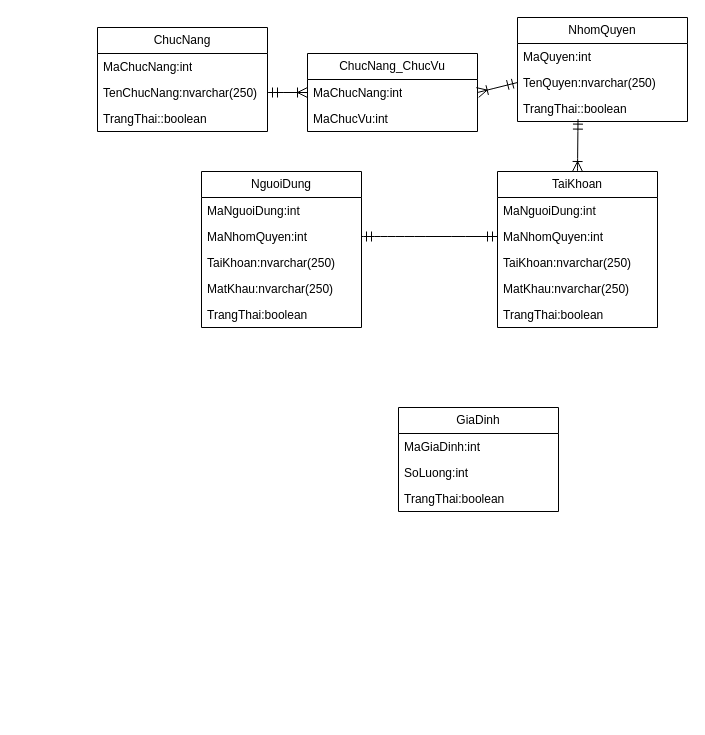
The draw.io diagram nhatkykhamsukhoe.drawio in maivantai2003/vercelDemo, before the edit. Source tidied: cells renumbered, new cells numbered last; positions are measured from the earlier drawing's top-left corner, leaving out a move shared by most shapes. Both pictures are drawn from the tidied source at 100%, with x=0, y=0 at pixel (97, 17).
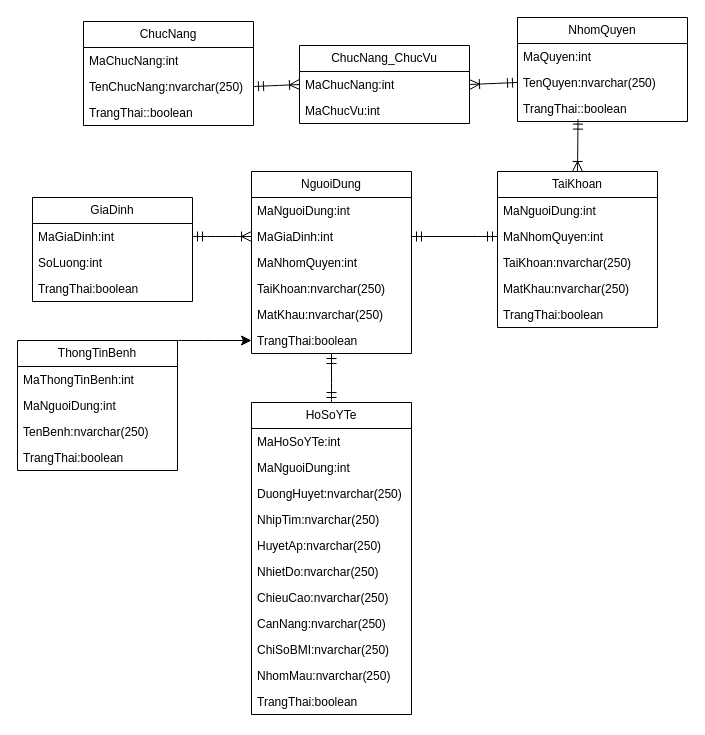
The same diagram, later.

Unchanged cells that the change refers to:
```xml
<mxCell id="4" value="MaNhomQuyen:int" style="text;strokeColor=none;fillColor=none;align=left;verticalAlign=top;spacingLeft=4;spacingRight=4;overflow=hidden;points=[[0,0.5],[1,0.5]];portConstraint=eastwest;whiteSpace=wrap;html=1;" parent="2" vertex="1">
  <mxGeometry y="52" width="160" height="26" as="geometry" />
</mxCell>
<mxCell id="30" value="MaGiaDinh:int" style="text;strokeColor=none;fillColor=none;align=left;verticalAlign=top;spacingLeft=4;spacingRight=4;overflow=hidden;points=[[0,0.5],[1,0.5]];portConstraint=eastwest;whiteSpace=wrap;html=1;" parent="29" vertex="1">
  <mxGeometry y="26" width="160" height="26" as="geometry" />
</mxCell>
```

What changed in the source:
```diff
@@
     <mxCell id="8" value="ChucNang" style="swimlane;fontStyle=0;horizontal=1;startSize=26;fillColor=none;whiteSpace=wrap;html=1;" parent="1" vertex="1">
-      <mxGeometry y="10" width="170" height="104" as="geometry" />
+      <mxGeometry x="-14" y="4" width="170" height="104" as="geometry" />
     </mxCell>
@@
     <mxCell id="12" value="ChucNang_ChucVu" style="swimlane;fontStyle=0;horizontal=1;startSize=26;fillColor=none;whiteSpace=wrap;html=1;" parent="1" vertex="1">
-      <mxGeometry x="210" y="36" width="170" height="78" as="geometry" />
+      <mxGeometry x="202" y="28" width="170" height="78" as="geometry" />
     </mxCell>
@@
     <mxCell id="22" value="NguoiDung" style="swimlane;fontStyle=0;horizontal=1;startSize=26;fillColor=none;whiteSpace=wrap;html=1;" parent="1" vertex="1">
-      <mxGeometry x="104" y="154" width="160" height="156" as="geometry" />
+      <mxGeometry x="154" y="154" width="160" height="182" as="geometry" />
     </mxCell>
@@
+    <mxCell id="33" value="MaGiaDinh:int" style="text;strokeColor=none;fillColor=none;align=left;verticalAlign=top;spacingLeft=4;spacingRight=4;overflow=hidden;points=[[0,0.5],[1,0.5]];portConstraint=eastwest;whiteSpace=wrap;html=1;" parent="22" vertex="1">
+      <mxGeometry y="52" width="160" height="26" as="geometry" />
+    </mxCell>
     <mxCell id="24" value="MaNhomQuyen:int" style="text;strokeColor=none;fillColor=none;align=left;verticalAlign=top;spacingLeft=4;spacingRight=4;overflow=hidden;points=[[0,0.5],[1,0.5]];portConstraint=eastwest;whiteSpace=wrap;html=1;" parent="22" vertex="1">
-      <mxGeometry y="52" width="160" height="26" as="geometry" />
+      <mxGeometry y="78" width="160" height="26" as="geometry" />
     </mxCell>
     <mxCell id="25" value="TaiKhoan:nvarchar(250)" style="text;strokeColor=none;fillColor=none;align=left;verticalAlign=top;spacingLeft=4;spacingRight=4;overflow=hidden;whiteSpace=wrap;html=1;" parent="22" vertex="1">
-      <mxGeometry y="78" width="160" height="26" as="geometry" />
+      <mxGeometry y="104" width="160" height="26" as="geometry" />
     </mxCell>
     <mxCell id="26" value="MatKhau:nvarchar(250)" style="text;strokeColor=none;fillColor=none;align=left;verticalAlign=top;spacingLeft=4;spacingRight=4;overflow=hidden;whiteSpace=wrap;html=1;" parent="22" vertex="1">
-      <mxGeometry y="104" width="160" height="26" as="geometry" />
+      <mxGeometry y="130" width="160" height="26" as="geometry" />
     </mxCell>
     <mxCell id="27" value="TrangThai:boolean" style="text;strokeColor=none;fillColor=none;align=left;verticalAlign=top;spacingLeft=4;spacingRight=4;overflow=hidden;points=[[0,0.5],[1,0.5]];portConstraint=eastwest;whiteSpace=wrap;html=1;" parent="22" vertex="1">
-      <mxGeometry y="130" width="160" height="26" as="geometry" />
+      <mxGeometry y="156" width="160" height="26" as="geometry" />
     </mxCell>
-    <mxCell id="28" style="edgeStyle=none;curved=1;rounded=0;jettySize=auto;html=1;exitX=1;exitY=0.5;exitDx=0;exitDy=0;entryX=0;entryY=0.5;entryDx=0;entryDy=0;fontSize=12;startSize=8;endSize=8;startArrow=ERmandOne;startFill=0;endArrow=ERmandOne;endFill=0;" parent="1" edge="1" source="24" target="4">
+    <mxCell id="28" style="edgeStyle=none;curved=1;rounded=0;jettySize=auto;html=1;exitX=1;exitY=0.5;exitDx=0;exitDy=0;entryX=0;entryY=0.5;entryDx=0;entryDy=0;fontSize=12;startSize=8;endSize=8;startArrow=ERmandOne;startFill=0;endArrow=ERmandOne;endFill=0;" parent="1" edge="1" source="33" target="4">
       <mxGeometry relative="1" as="geometry" />
     </mxCell>
     <mxCell id="29" value="GiaDinh" style="swimlane;fontStyle=0;horizontal=1;startSize=26;fillColor=none;whiteSpace=wrap;html=1;" parent="1" vertex="1">
-      <mxGeometry x="301" y="390" width="160" height="104" as="geometry" />
+      <mxGeometry x="-65" y="180" width="160" height="104" as="geometry" />
     </mxCell>
@@
+    <mxCell id="34" style="edgeStyle=none;curved=1;rounded=0;jettySize=auto;html=1;exitX=1;exitY=0.5;exitDx=0;exitDy=0;entryX=0;entryY=0.5;entryDx=0;entryDy=0;fontSize=12;startSize=8;endSize=8;startArrow=ERmandOne;startFill=0;endArrow=ERoneToMany;endFill=0;" parent="1" edge="1" source="30" target="33">
+      <mxGeometry relative="1" as="geometry" />
+    </mxCell>
+    <mxCell id="35" style="edgeStyle=none;curved=1;rounded=0;jettySize=auto;html=1;exitX=0.5;exitY=0;exitDx=0;exitDy=0;fontSize=12;startSize=8;endSize=8;startArrow=ERmandOne;startFill=0;endArrow=ERmandOne;endFill=0;" parent="1" edge="1" source="36" target="27">
+      <mxGeometry relative="1" as="geometry" />
+    </mxCell>
+    <mxCell id="36" value="HoSoYTe" style="swimlane;fontStyle=0;horizontal=1;startSize=26;fillColor=none;whiteSpace=wrap;html=1;" parent="1" vertex="1">
+      <mxGeometry x="154" y="385" width="160" height="312" as="geometry" />
+    </mxCell>
+    <mxCell id="37" value="MaHoSoYTe:int" style="text;strokeColor=none;fillColor=none;align=left;verticalAlign=top;spacingLeft=4;spacingRight=4;overflow=hidden;whiteSpace=wrap;html=1;" parent="36" vertex="1">
+      <mxGeometry y="26" width="160" height="26" as="geometry" />
+    </mxCell>
+    <mxCell id="38" value="MaNguoiDung:int" style="text;strokeColor=none;fillColor=none;align=left;verticalAlign=top;spacingLeft=4;spacingRight=4;overflow=hidden;whiteSpace=wrap;html=1;" parent="36" vertex="1">
+      <mxGeometry y="52" width="160" height="26" as="geometry" />
+    </mxCell>
+    <mxCell id="39" value="DuongHuyet:nvarchar(250)" style="text;strokeColor=none;fillColor=none;align=left;verticalAlign=top;spacingLeft=4;spacingRight=4;overflow=hidden;whiteSpace=wrap;html=1;" parent="36" vertex="1">
+      <mxGeometry y="78" width="160" height="26" as="geometry" />
+    </mxCell>
+    <mxCell id="40" value="NhipTim:nvarchar(250)" style="text;strokeColor=none;fillColor=none;align=left;verticalAlign=top;spacingLeft=4;spacingRight=4;overflow=hidden;whiteSpace=wrap;html=1;" parent="36" vertex="1">
+      <mxGeometry y="104" width="160" height="26" as="geometry" />
+    </mxCell>
+    <mxCell id="41" value="HuyetAp:nvarchar(250)" style="text;strokeColor=none;fillColor=none;align=left;verticalAlign=top;spacingLeft=4;spacingRight=4;overflow=hidden;whiteSpace=wrap;html=1;" parent="36" vertex="1">
+      <mxGeometry y="130" width="160" height="26" as="geometry" />
+    </mxCell>
+    <mxCell id="42" value="NhietDo:nvarchar(250)" style="text;strokeColor=none;fillColor=none;align=left;verticalAlign=top;spacingLeft=4;spacingRight=4;overflow=hidden;whiteSpace=wrap;html=1;" parent="36" vertex="1">
+      <mxGeometry y="156" width="160" height="26" as="geometry" />
+    </mxCell>
+    <mxCell id="43" value="ChieuCao:nvarchar(250)" style="text;strokeColor=none;fillColor=none;align=left;verticalAlign=top;spacingLeft=4;spacingRight=4;overflow=hidden;whiteSpace=wrap;html=1;" parent="36" vertex="1">
+      <mxGeometry y="182" width="160" height="26" as="geometry" />
+    </mxCell>
+    <mxCell id="44" value="CanNang:nvarchar(250)" style="text;strokeColor=none;fillColor=none;align=left;verticalAlign=top;spacingLeft=4;spacingRight=4;overflow=hidden;whiteSpace=wrap;html=1;" parent="36" vertex="1">
+      <mxGeometry y="208" width="160" height="26" as="geometry" />
+    </mxCell>
+    <mxCell id="45" value="ChiSoBMI:nvarchar(250)" style="text;strokeColor=none;fillColor=none;align=left;verticalAlign=top;spacingLeft=4;spacingRight=4;overflow=hidden;whiteSpace=wrap;html=1;" parent="36" vertex="1">
+      <mxGeometry y="234" width="160" height="26" as="geometry" />
+    </mxCell>
+    <mxCell id="46" value="NhomMau:nvarchar(250)" style="text;strokeColor=none;fillColor=none;align=left;verticalAlign=top;spacingLeft=4;spacingRight=4;overflow=hidden;whiteSpace=wrap;html=1;" parent="36" vertex="1">
+      <mxGeometry y="260" width="160" height="26" as="geometry" />
+    </mxCell>
+    <mxCell id="47" value="TrangThai:boolean" style="text;strokeColor=none;fillColor=none;align=left;verticalAlign=top;spacingLeft=4;spacingRight=4;overflow=hidden;whiteSpace=wrap;html=1;" parent="36" vertex="1">
+      <mxGeometry y="286" width="160" height="26" as="geometry" />
+    </mxCell>
+    <mxCell id="48" style="edgeStyle=none;curved=1;rounded=0;jettySize=auto;html=1;exitX=1;exitY=0;exitDx=0;exitDy=0;entryX=0;entryY=0.5;entryDx=0;entryDy=0;fontSize=12;startSize=8;endSize=8;" parent="1" edge="1" source="49" target="27">
+      <mxGeometry relative="1" as="geometry" />
+    </mxCell>
+    <mxCell id="49" value="ThongTinBenh" style="swimlane;fontStyle=0;horizontal=1;startSize=26;fillColor=none;whiteSpace=wrap;html=1;" parent="1" vertex="1">
+      <mxGeometry x="-80" y="323" width="160" height="130" as="geometry" />
+    </mxCell>
+    <mxCell id="50" value="MaThongTinBenh:int" style="text;strokeColor=none;fillColor=none;align=left;verticalAlign=top;spacingLeft=4;spacingRight=4;overflow=hidden;whiteSpace=wrap;html=1;" parent="49" vertex="1">
+      <mxGeometry y="26" width="160" height="26" as="geometry" />
+    </mxCell>
+    <mxCell id="51" value="MaNguoiDung:int" style="text;strokeColor=none;fillColor=none;align=left;verticalAlign=top;spacingLeft=4;spacingRight=4;overflow=hidden;whiteSpace=wrap;html=1;" parent="49" vertex="1">
+      <mxGeometry y="52" width="160" height="26" as="geometry" />
+    </mxCell>
+    <mxCell id="52" value="TenBenh:nvarchar(250)" style="text;strokeColor=none;fillColor=none;align=left;verticalAlign=top;spacingLeft=4;spacingRight=4;overflow=hidden;whiteSpace=wrap;html=1;" parent="49" vertex="1">
+      <mxGeometry y="78" width="160" height="26" as="geometry" />
+    </mxCell>
+    <mxCell id="53" value="TrangThai:boolean" style="text;strokeColor=none;fillColor=none;align=left;verticalAlign=top;spacingLeft=4;spacingRight=4;overflow=hidden;whiteSpace=wrap;html=1;" parent="49" vertex="1">
+      <mxGeometry y="104" width="160" height="26" as="geometry" />
+    </mxCell>
```
